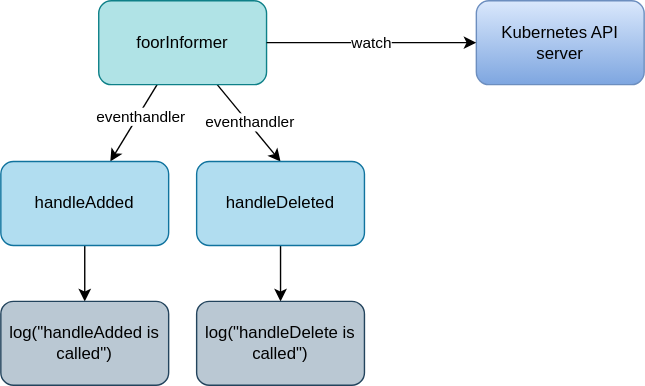
Earlier version of the draw.io export docs/content/docs/05-implement-reconciliation-loop/overview-1.drawio.svg (nakamasato/sample-controller). Source tidied: cells renumbered, new cells last; positions are measured from the earlier drawing's top-left corner, leaving out a move shared by most shapes. Source of this version:
```xml
<mxGraphModel>
  <root>
    <mxCell id="0" />
    <mxCell id="1" parent="0" />
    <mxCell id="2" value="Kubernetes API server" style="rounded=1;whiteSpace=wrap;html=1;fillColor=#dae8fc;strokeColor=#6c8ebf;gradientColor=#7ea6e0;" parent="1" vertex="1">
      <mxGeometry x="340" width="120" height="60" as="geometry" />
    </mxCell>
    <mxCell id="3" style="edgeStyle=none;html=1;" parent="1" edge="1" source="7" target="10">
      <mxGeometry relative="1" as="geometry" />
    </mxCell>
    <mxCell id="4" value="eventhandler" style="edgeLabel;html=1;align=center;verticalAlign=middle;" parent="3" vertex="1">
      <mxGeometry x="-0.18" y="1" relative="1" as="geometry" />
    </mxCell>
    <mxCell id="5" style="edgeStyle=none;html=1;entryX=0.5;entryY=0;entryDx=0;entryDy=0;" parent="1" edge="1" source="7" target="12">
      <mxGeometry relative="1" as="geometry" />
    </mxCell>
    <mxCell id="6" value="eventhandler" style="edgeLabel;html=1;align=center;verticalAlign=middle;" parent="5" vertex="1">
      <mxGeometry x="-0.02" y="1" relative="1" as="geometry" />
    </mxCell>
    <mxCell id="7" value="foorInformer" style="rounded=1;whiteSpace=wrap;html=1;fillColor=#b0e3e6;strokeColor=#0e8088;" parent="1" vertex="1">
      <mxGeometry x="70" width="120" height="60" as="geometry" />
    </mxCell>
    <mxCell id="8" value="watch" style="edgeStyle=none;html=1;exitX=1;exitY=0.5;exitDx=0;exitDy=0;" parent="1" edge="1" source="7" target="2">
      <mxGeometry relative="1" as="geometry" />
    </mxCell>
    <mxCell id="9" style="edgeStyle=none;html=1;" parent="1" edge="1" source="10" target="13">
      <mxGeometry relative="1" as="geometry" />
    </mxCell>
    <mxCell id="10" value="handleAdded" style="rounded=1;whiteSpace=wrap;html=1;fillColor=#b1ddf0;strokeColor=#10739e;" parent="1" vertex="1">
      <mxGeometry y="115" width="120" height="60" as="geometry" />
    </mxCell>
    <mxCell id="11" style="edgeStyle=none;html=1;" parent="1" edge="1" source="12" target="14">
      <mxGeometry relative="1" as="geometry" />
    </mxCell>
    <mxCell id="12" value="handleDeleted" style="rounded=1;whiteSpace=wrap;html=1;fillColor=#b1ddf0;strokeColor=#10739e;" parent="1" vertex="1">
      <mxGeometry x="140" y="115" width="120" height="60" as="geometry" />
    </mxCell>
    <mxCell id="13" value="log(&quot;handleAdded is called&quot;)" style="rounded=1;whiteSpace=wrap;html=1;fillColor=#bac8d3;strokeColor=#23445d;" parent="1" vertex="1">
      <mxGeometry y="215" width="120" height="60" as="geometry" />
    </mxCell>
    <mxCell id="14" value="log(&quot;handleDelete is called&quot;)" style="rounded=1;whiteSpace=wrap;html=1;fillColor=#bac8d3;strokeColor=#23445d;" parent="1" vertex="1">
      <mxGeometry x="140" y="215" width="120" height="60" as="geometry" />
    </mxCell>
  </root>
</mxGraphModel>
```
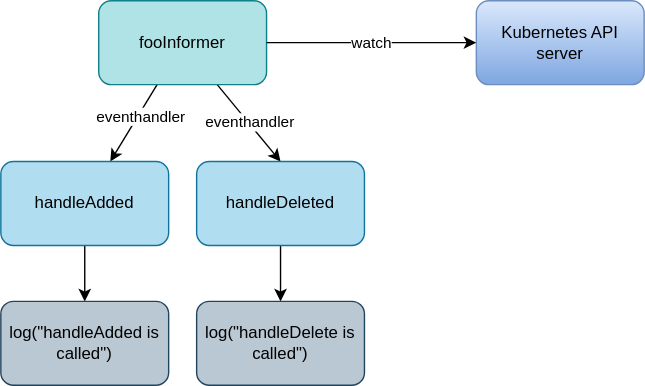
The same diagram one commit later.

The edit, as a diff of the source:
```diff
@@ -17,7 +17,7 @@
     <mxCell id="6" value="eventhandler" style="edgeLabel;html=1;align=center;verticalAlign=middle;" parent="5" vertex="1">
       <mxGeometry x="-0.02" y="1" relative="1" as="geometry" />
     </mxCell>
-    <mxCell id="7" value="foorInformer" style="rounded=1;whiteSpace=wrap;html=1;fillColor=#b0e3e6;strokeColor=#0e8088;" parent="1" vertex="1">
+    <mxCell id="7" value="fooInformer" style="rounded=1;whiteSpace=wrap;html=1;fillColor=#b0e3e6;strokeColor=#0e8088;" parent="1" vertex="1">
       <mxGeometry x="70" width="120" height="60" as="geometry" />
     </mxCell>
     <mxCell id="8" value="watch" style="edgeStyle=none;html=1;exitX=1;exitY=0.5;exitDx=0;exitDy=0;" parent="1" edge="1" source="7" target="2">
```
